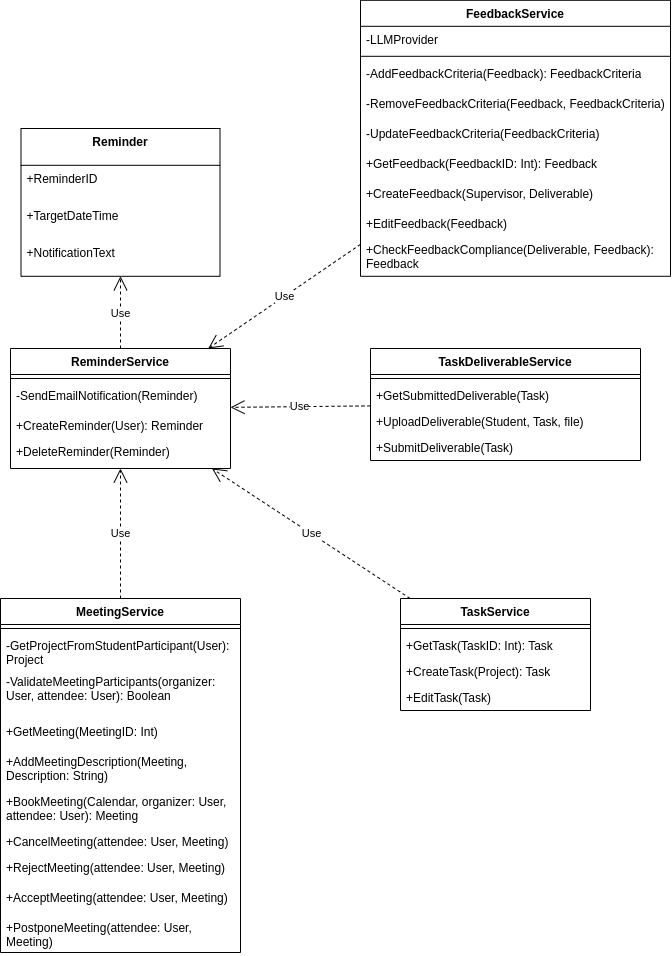
Beginner50/Dissertation keeps this draw.io diagram as UML/Class Diagrams/images/ReminderService Class Diagram.drawio.png. Above is the earlier version. Source tidied: cells renumbered, new cells last; positions are measured from the earlier drawing's top-left corner, leaving out a move shared by most shapes. The source it was exported from:
```xml
<mxGraphModel>
  <root>
    <mxCell id="0" />
    <mxCell id="1" parent="0" />
    <mxCell id="2" value="Reminder" style="swimlane;fontStyle=1;align=center;verticalAlign=top;horizontal=1;startSize=36.8;" parent="1" vertex="1">
      <mxGeometry x="20.5" y="128" width="199" height="147.8" as="geometry" />
    </mxCell>
    <mxCell id="3" value="+ReminderID" style="text;strokeColor=none;fillColor=none;align=left;verticalAlign=top;spacingLeft=4;spacingRight=4;overflow=hidden;" parent="2" vertex="1">
      <mxGeometry y="36.8" width="199" height="37" as="geometry" />
    </mxCell>
    <mxCell id="4" value="+TargetDateTime" style="text;strokeColor=none;fillColor=none;align=left;verticalAlign=top;spacingLeft=4;spacingRight=4;overflow=hidden;" parent="2" vertex="1">
      <mxGeometry y="73.8" width="199" height="37" as="geometry" />
    </mxCell>
    <mxCell id="5" value="+NotificationText" style="text;strokeColor=none;fillColor=none;align=left;verticalAlign=top;spacingLeft=4;spacingRight=4;overflow=hidden;" parent="2" vertex="1">
      <mxGeometry y="110.8" width="199" height="37" as="geometry" />
    </mxCell>
    <mxCell id="6" value="ReminderService" style="swimlane;fontStyle=1;align=center;verticalAlign=top;horizontal=1;startSize=26;whiteSpace=wrap;html=1;" parent="1" vertex="1">
      <mxGeometry x="10" y="348" width="220" height="120" as="geometry" />
    </mxCell>
    <mxCell id="7" style="line;strokeWidth=1;fillColor=none;align=left;verticalAlign=middle;spacingTop=-1;spacingLeft=3;spacingRight=3;labelPosition=right;strokeColor=inherit;" parent="6" vertex="1">
      <mxGeometry y="26" width="220" height="8" as="geometry" />
    </mxCell>
    <mxCell id="8" value="-SendEmailNotification(Reminder)" style="text;strokeColor=none;fillColor=none;align=left;verticalAlign=top;spacingLeft=4;spacingRight=4;overflow=hidden;whiteSpace=wrap;html=1;" parent="6" vertex="1">
      <mxGeometry y="34" width="220" height="30" as="geometry" />
    </mxCell>
    <mxCell id="9" value="+CreateReminder(User): Reminder" style="text;strokeColor=none;fillColor=none;align=left;verticalAlign=top;spacingLeft=4;spacingRight=4;overflow=hidden;whiteSpace=wrap;html=1;" parent="6" vertex="1">
      <mxGeometry y="64" width="220" height="26" as="geometry" />
    </mxCell>
    <mxCell id="10" value="+DeleteReminder(Reminder)" style="text;strokeColor=none;fillColor=none;align=left;verticalAlign=top;spacingLeft=4;spacingRight=4;overflow=hidden;whiteSpace=wrap;html=1;" parent="6" vertex="1">
      <mxGeometry y="90" width="220" height="30" as="geometry" />
    </mxCell>
    <mxCell id="11" value="Use" style="endArrow=open;endSize=12;dashed=1;html=1;rounded=0;" parent="1" edge="1" source="6" target="2">
      <mxGeometry relative="1" as="geometry" />
    </mxCell>
    <mxCell id="12" value="MeetingService" style="swimlane;fontStyle=1;align=center;verticalAlign=top;horizontal=1;startSize=26;whiteSpace=wrap;html=1;" parent="1" vertex="1">
      <mxGeometry y="598" width="240" height="354" as="geometry" />
    </mxCell>
    <mxCell id="13" style="line;strokeWidth=1;fillColor=none;align=left;verticalAlign=middle;spacingTop=-1;spacingLeft=3;spacingRight=3;labelPosition=right;strokeColor=inherit;" parent="12" vertex="1">
      <mxGeometry y="26" width="240" height="8" as="geometry" />
    </mxCell>
    <mxCell id="14" value="-GetProjectFromStudentParticipant(User): Project" style="text;strokeColor=none;fillColor=none;align=left;verticalAlign=top;spacingLeft=4;spacingRight=4;overflow=hidden;whiteSpace=wrap;html=1;" parent="12" vertex="1">
      <mxGeometry y="34" width="240" height="36" as="geometry" />
    </mxCell>
    <mxCell id="15" value="-ValidateMeetingParticipants(organizer: User, attendee: User): Boolean" style="text;strokeColor=none;fillColor=none;align=left;verticalAlign=top;spacingLeft=4;spacingRight=4;overflow=hidden;whiteSpace=wrap;html=1;" parent="12" vertex="1">
      <mxGeometry y="70" width="240" height="50" as="geometry" />
    </mxCell>
    <mxCell id="16" value="+GetMeeting(MeetingID: Int)" style="text;strokeColor=none;fillColor=none;align=left;verticalAlign=top;spacingLeft=4;spacingRight=4;overflow=hidden;whiteSpace=wrap;html=1;" parent="12" vertex="1">
      <mxGeometry y="120" width="240" height="30" as="geometry" />
    </mxCell>
    <mxCell id="17" value="+AddMeetingDescription(Meeting, Description: String)" style="text;strokeColor=none;fillColor=none;align=left;verticalAlign=top;spacingLeft=4;spacingRight=4;overflow=hidden;whiteSpace=wrap;html=1;" parent="12" vertex="1">
      <mxGeometry y="150" width="240" height="40" as="geometry" />
    </mxCell>
    <mxCell id="18" value="+BookMeeting(Calendar, organizer: User, attendee: User): Meeting" style="text;strokeColor=none;fillColor=none;align=left;verticalAlign=top;spacingLeft=4;spacingRight=4;overflow=hidden;whiteSpace=wrap;html=1;" parent="12" vertex="1">
      <mxGeometry y="190" width="240" height="40" as="geometry" />
    </mxCell>
    <mxCell id="19" value="+CancelMeeting(attendee: User, Meeting)" style="text;strokeColor=none;fillColor=none;align=left;verticalAlign=top;spacingLeft=4;spacingRight=4;overflow=hidden;whiteSpace=wrap;html=1;" parent="12" vertex="1">
      <mxGeometry y="230" width="240" height="26" as="geometry" />
    </mxCell>
    <mxCell id="20" value="+RejectMeeting(attendee: User, Meeting)" style="text;strokeColor=none;fillColor=none;align=left;verticalAlign=top;spacingLeft=4;spacingRight=4;overflow=hidden;whiteSpace=wrap;html=1;" parent="12" vertex="1">
      <mxGeometry y="256" width="240" height="30" as="geometry" />
    </mxCell>
    <mxCell id="21" value="+AcceptMeeting(attendee: User, Meeting)" style="text;strokeColor=none;fillColor=none;align=left;verticalAlign=top;spacingLeft=4;spacingRight=4;overflow=hidden;whiteSpace=wrap;html=1;" parent="12" vertex="1">
      <mxGeometry y="286" width="240" height="30" as="geometry" />
    </mxCell>
    <mxCell id="22" value="+PostponeMeeting(attendee: User, Meeting)" style="text;strokeColor=none;fillColor=none;align=left;verticalAlign=top;spacingLeft=4;spacingRight=4;overflow=hidden;whiteSpace=wrap;html=1;" parent="12" vertex="1">
      <mxGeometry y="316" width="240" height="38" as="geometry" />
    </mxCell>
    <mxCell id="23" value="Use" style="endArrow=open;endSize=12;dashed=1;html=1;rounded=0;" parent="1" edge="1" source="12" target="6">
      <mxGeometry relative="1" as="geometry" />
    </mxCell>
    <mxCell id="24" value="TaskService" style="swimlane;fontStyle=1;align=center;verticalAlign=top;horizontal=1;startSize=26;whiteSpace=wrap;html=1;" parent="1" vertex="1">
      <mxGeometry x="400" y="598" width="190" height="112" as="geometry" />
    </mxCell>
    <mxCell id="25" style="line;strokeWidth=1;fillColor=none;align=left;verticalAlign=middle;spacingTop=-1;spacingLeft=3;spacingRight=3;labelPosition=right;strokeColor=inherit;" parent="24" vertex="1">
      <mxGeometry y="26" width="190" height="8" as="geometry" />
    </mxCell>
    <mxCell id="26" value="+GetTask(TaskID: Int): Task" style="text;strokeColor=none;fillColor=none;align=left;verticalAlign=top;spacingLeft=4;spacingRight=4;overflow=hidden;whiteSpace=wrap;html=1;" parent="24" vertex="1">
      <mxGeometry y="34" width="190" height="26" as="geometry" />
    </mxCell>
    <mxCell id="27" value="+CreateTask(Project): Task" style="text;strokeColor=none;fillColor=none;align=left;verticalAlign=top;spacingLeft=4;spacingRight=4;overflow=hidden;whiteSpace=wrap;html=1;" parent="24" vertex="1">
      <mxGeometry y="60" width="190" height="26" as="geometry" />
    </mxCell>
    <mxCell id="28" value="+EditTask(Task)&amp;nbsp;" style="text;strokeColor=none;fillColor=none;align=left;verticalAlign=top;spacingLeft=4;spacingRight=4;overflow=hidden;whiteSpace=wrap;html=1;" parent="24" vertex="1">
      <mxGeometry y="86" width="190" height="26" as="geometry" />
    </mxCell>
    <mxCell id="29" value="Use" style="endArrow=open;endSize=12;dashed=1;html=1;rounded=0;" parent="1" edge="1" source="24" target="6">
      <mxGeometry relative="1" as="geometry" />
    </mxCell>
    <mxCell id="30" value="TaskDeliverableService" style="swimlane;fontStyle=1;align=center;verticalAlign=top;horizontal=1;startSize=26;whiteSpace=wrap;html=1;" parent="1" vertex="1">
      <mxGeometry x="370" y="348" width="270" height="112" as="geometry" />
    </mxCell>
    <mxCell id="31" style="line;strokeWidth=1;fillColor=none;align=left;verticalAlign=middle;spacingTop=-1;spacingLeft=3;spacingRight=3;labelPosition=right;strokeColor=inherit;" parent="30" vertex="1">
      <mxGeometry y="26" width="270" height="8" as="geometry" />
    </mxCell>
    <mxCell id="32" value="+GetSubmittedDeliverable(Task)&amp;nbsp;" style="text;strokeColor=none;fillColor=none;align=left;verticalAlign=top;spacingLeft=4;spacingRight=4;overflow=hidden;whiteSpace=wrap;html=1;" parent="30" vertex="1">
      <mxGeometry y="34" width="270" height="26" as="geometry" />
    </mxCell>
    <mxCell id="33" value="+UploadDeliverable(Student, Task, file)&amp;nbsp;" style="text;strokeColor=none;fillColor=none;align=left;verticalAlign=top;spacingLeft=4;spacingRight=4;overflow=hidden;whiteSpace=wrap;html=1;" parent="30" vertex="1">
      <mxGeometry y="60" width="270" height="26" as="geometry" />
    </mxCell>
    <mxCell id="34" value="+SubmitDeliverable(Task)&amp;nbsp;" style="text;strokeColor=none;fillColor=none;align=left;verticalAlign=top;spacingLeft=4;spacingRight=4;overflow=hidden;whiteSpace=wrap;html=1;" parent="30" vertex="1">
      <mxGeometry y="86" width="270" height="26" as="geometry" />
    </mxCell>
    <mxCell id="35" value="Use" style="endArrow=open;endSize=12;dashed=1;html=1;rounded=0;" parent="1" edge="1" source="30" target="6">
      <mxGeometry relative="1" as="geometry" />
    </mxCell>
    <mxCell id="36" value="FeedbackService" style="swimlane;fontStyle=1;align=center;verticalAlign=top;horizontal=1;startSize=26;whiteSpace=wrap;html=1;" parent="1" vertex="1">
      <mxGeometry x="360" y="-0.2" width="310" height="276" as="geometry" />
    </mxCell>
    <mxCell id="37" value="-LLMProvider" style="text;strokeColor=none;fillColor=none;align=left;verticalAlign=top;spacingLeft=4;spacingRight=4;overflow=hidden;whiteSpace=wrap;html=1;" parent="36" vertex="1">
      <mxGeometry y="26" width="310" height="26" as="geometry" />
    </mxCell>
    <mxCell id="38" style="line;strokeWidth=1;fillColor=none;align=left;verticalAlign=middle;spacingTop=-1;spacingLeft=3;spacingRight=3;labelPosition=right;strokeColor=inherit;" parent="36" vertex="1">
      <mxGeometry y="52" width="310" height="8" as="geometry" />
    </mxCell>
    <mxCell id="39" value="-AddFeedbackCriteria(Feedback): FeedbackCriteria" style="text;strokeColor=none;fillColor=none;align=left;verticalAlign=top;spacingLeft=4;spacingRight=4;overflow=hidden;whiteSpace=wrap;html=1;" parent="36" vertex="1">
      <mxGeometry y="60" width="310" height="30" as="geometry" />
    </mxCell>
    <mxCell id="40" value="-RemoveFeedbackCriteria(Feedback, FeedbackCriteria)" style="text;strokeColor=none;fillColor=none;align=left;verticalAlign=top;spacingLeft=4;spacingRight=4;overflow=hidden;whiteSpace=wrap;html=1;" parent="36" vertex="1">
      <mxGeometry y="90" width="310" height="30" as="geometry" />
    </mxCell>
    <mxCell id="41" value="-UpdateFeedbackCriteria(FeedbackCriteria)" style="text;strokeColor=none;fillColor=none;align=left;verticalAlign=top;spacingLeft=4;spacingRight=4;overflow=hidden;whiteSpace=wrap;html=1;" parent="36" vertex="1">
      <mxGeometry y="120" width="310" height="30" as="geometry" />
    </mxCell>
    <mxCell id="42" value="+GetFeedback(FeedbackID: Int): Feedback&amp;nbsp;" style="text;strokeColor=none;fillColor=none;align=left;verticalAlign=top;spacingLeft=4;spacingRight=4;overflow=hidden;whiteSpace=wrap;html=1;" parent="36" vertex="1">
      <mxGeometry y="150" width="310" height="30" as="geometry" />
    </mxCell>
    <mxCell id="43" value="+CreateFeedback(Supervisor, Deliverable)&amp;nbsp;" style="text;strokeColor=none;fillColor=none;align=left;verticalAlign=top;spacingLeft=4;spacingRight=4;overflow=hidden;whiteSpace=wrap;html=1;" parent="36" vertex="1">
      <mxGeometry y="180" width="310" height="30" as="geometry" />
    </mxCell>
    <mxCell id="44" value="+EditFeedback(Feedback)" style="text;strokeColor=none;fillColor=none;align=left;verticalAlign=top;spacingLeft=4;spacingRight=4;overflow=hidden;whiteSpace=wrap;html=1;" parent="36" vertex="1">
      <mxGeometry y="210" width="310" height="26" as="geometry" />
    </mxCell>
    <mxCell id="45" value="+CheckFeedbackCompliance(Deliverable, Feedback): Feedback" style="text;strokeColor=none;fillColor=none;align=left;verticalAlign=top;spacingLeft=4;spacingRight=4;overflow=hidden;whiteSpace=wrap;html=1;" parent="36" vertex="1">
      <mxGeometry y="236" width="310" height="40" as="geometry" />
    </mxCell>
    <mxCell id="46" value="Use" style="endArrow=open;endSize=12;dashed=1;html=1;rounded=0;" parent="1" edge="1" source="36" target="6">
      <mxGeometry relative="1" as="geometry" />
    </mxCell>
  </root>
</mxGraphModel>
```
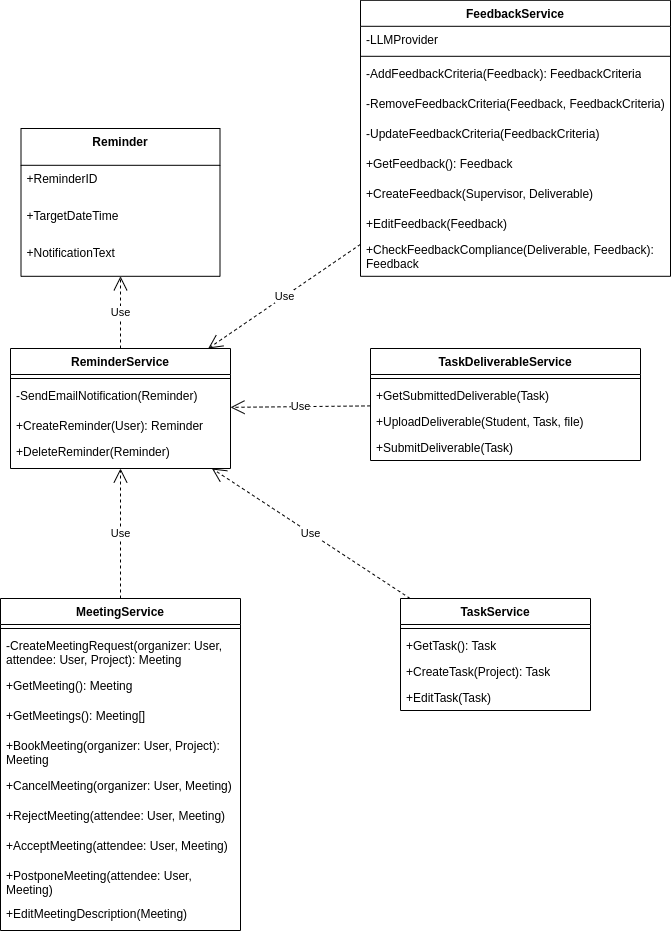
Above is the later version.

Change to the diagram source:
```diff
@@ -32,39 +32,6 @@
     <mxCell id="11" value="Use" style="endArrow=open;endSize=12;dashed=1;html=1;rounded=0;" parent="1" edge="1" source="6" target="2">
       <mxGeometry relative="1" as="geometry" />
     </mxCell>
-    <mxCell id="12" value="MeetingService" style="swimlane;fontStyle=1;align=center;verticalAlign=top;horizontal=1;startSize=26;whiteSpace=wrap;html=1;" parent="1" vertex="1">
-      <mxGeometry y="598" width="240" height="354" as="geometry" />
-    </mxCell>
-    <mxCell id="13" style="line;strokeWidth=1;fillColor=none;align=left;verticalAlign=middle;spacingTop=-1;spacingLeft=3;spacingRight=3;labelPosition=right;strokeColor=inherit;" parent="12" vertex="1">
-      <mxGeometry y="26" width="240" height="8" as="geometry" />
-    </mxCell>
-    <mxCell id="14" value="-GetProjectFromStudentParticipant(User): Project" style="text;strokeColor=none;fillColor=none;align=left;verticalAlign=top;spacingLeft=4;spacingRight=4;overflow=hidden;whiteSpace=wrap;html=1;" parent="12" vertex="1">
-      <mxGeometry y="34" width="240" height="36" as="geometry" />
-    </mxCell>
-    <mxCell id="15" value="-ValidateMeetingParticipants(organizer: User, attendee: User): Boolean" style="text;strokeColor=none;fillColor=none;align=left;verticalAlign=top;spacingLeft=4;spacingRight=4;overflow=hidden;whiteSpace=wrap;html=1;" parent="12" vertex="1">
-      <mxGeometry y="70" width="240" height="50" as="geometry" />
-    </mxCell>
-    <mxCell id="16" value="+GetMeeting(MeetingID: Int)" style="text;strokeColor=none;fillColor=none;align=left;verticalAlign=top;spacingLeft=4;spacingRight=4;overflow=hidden;whiteSpace=wrap;html=1;" parent="12" vertex="1">
-      <mxGeometry y="120" width="240" height="30" as="geometry" />
-    </mxCell>
-    <mxCell id="17" value="+AddMeetingDescription(Meeting, Description: String)" style="text;strokeColor=none;fillColor=none;align=left;verticalAlign=top;spacingLeft=4;spacingRight=4;overflow=hidden;whiteSpace=wrap;html=1;" parent="12" vertex="1">
-      <mxGeometry y="150" width="240" height="40" as="geometry" />
-    </mxCell>
-    <mxCell id="18" value="+BookMeeting(Calendar, organizer: User, attendee: User): Meeting" style="text;strokeColor=none;fillColor=none;align=left;verticalAlign=top;spacingLeft=4;spacingRight=4;overflow=hidden;whiteSpace=wrap;html=1;" parent="12" vertex="1">
-      <mxGeometry y="190" width="240" height="40" as="geometry" />
-    </mxCell>
-    <mxCell id="19" value="+CancelMeeting(attendee: User, Meeting)" style="text;strokeColor=none;fillColor=none;align=left;verticalAlign=top;spacingLeft=4;spacingRight=4;overflow=hidden;whiteSpace=wrap;html=1;" parent="12" vertex="1">
-      <mxGeometry y="230" width="240" height="26" as="geometry" />
-    </mxCell>
-    <mxCell id="20" value="+RejectMeeting(attendee: User, Meeting)" style="text;strokeColor=none;fillColor=none;align=left;verticalAlign=top;spacingLeft=4;spacingRight=4;overflow=hidden;whiteSpace=wrap;html=1;" parent="12" vertex="1">
-      <mxGeometry y="256" width="240" height="30" as="geometry" />
-    </mxCell>
-    <mxCell id="21" value="+AcceptMeeting(attendee: User, Meeting)" style="text;strokeColor=none;fillColor=none;align=left;verticalAlign=top;spacingLeft=4;spacingRight=4;overflow=hidden;whiteSpace=wrap;html=1;" parent="12" vertex="1">
-      <mxGeometry y="286" width="240" height="30" as="geometry" />
-    </mxCell>
-    <mxCell id="22" value="+PostponeMeeting(attendee: User, Meeting)" style="text;strokeColor=none;fillColor=none;align=left;verticalAlign=top;spacingLeft=4;spacingRight=4;overflow=hidden;whiteSpace=wrap;html=1;" parent="12" vertex="1">
-      <mxGeometry y="316" width="240" height="38" as="geometry" />
-    </mxCell>
     <mxCell id="23" value="Use" style="endArrow=open;endSize=12;dashed=1;html=1;rounded=0;" parent="1" edge="1" source="12" target="6">
       <mxGeometry relative="1" as="geometry" />
     </mxCell>
@@ -74,7 +41,7 @@
     <mxCell id="25" style="line;strokeWidth=1;fillColor=none;align=left;verticalAlign=middle;spacingTop=-1;spacingLeft=3;spacingRight=3;labelPosition=right;strokeColor=inherit;" parent="24" vertex="1">
       <mxGeometry y="26" width="190" height="8" as="geometry" />
     </mxCell>
-    <mxCell id="26" value="+GetTask(TaskID: Int): Task" style="text;strokeColor=none;fillColor=none;align=left;verticalAlign=top;spacingLeft=4;spacingRight=4;overflow=hidden;whiteSpace=wrap;html=1;" parent="24" vertex="1">
+    <mxCell id="26" value="+GetTask(): Task" style="text;strokeColor=none;fillColor=none;align=left;verticalAlign=top;spacingLeft=4;spacingRight=4;overflow=hidden;whiteSpace=wrap;html=1;" parent="24" vertex="1">
       <mxGeometry y="34" width="190" height="26" as="geometry" />
     </mxCell>
     <mxCell id="27" value="+CreateTask(Project): Task" style="text;strokeColor=none;fillColor=none;align=left;verticalAlign=top;spacingLeft=4;spacingRight=4;overflow=hidden;whiteSpace=wrap;html=1;" parent="24" vertex="1">
@@ -122,7 +89,7 @@
     <mxCell id="41" value="-UpdateFeedbackCriteria(FeedbackCriteria)" style="text;strokeColor=none;fillColor=none;align=left;verticalAlign=top;spacingLeft=4;spacingRight=4;overflow=hidden;whiteSpace=wrap;html=1;" parent="36" vertex="1">
       <mxGeometry y="120" width="310" height="30" as="geometry" />
     </mxCell>
-    <mxCell id="42" value="+GetFeedback(FeedbackID: Int): Feedback&amp;nbsp;" style="text;strokeColor=none;fillColor=none;align=left;verticalAlign=top;spacingLeft=4;spacingRight=4;overflow=hidden;whiteSpace=wrap;html=1;" parent="36" vertex="1">
+    <mxCell id="42" value="+GetFeedback(): Feedback&amp;nbsp;" style="text;strokeColor=none;fillColor=none;align=left;verticalAlign=top;spacingLeft=4;spacingRight=4;overflow=hidden;whiteSpace=wrap;html=1;" parent="36" vertex="1">
       <mxGeometry y="150" width="310" height="30" as="geometry" />
     </mxCell>
     <mxCell id="43" value="+CreateFeedback(Supervisor, Deliverable)&amp;nbsp;" style="text;strokeColor=none;fillColor=none;align=left;verticalAlign=top;spacingLeft=4;spacingRight=4;overflow=hidden;whiteSpace=wrap;html=1;" parent="36" vertex="1">
@@ -137,5 +104,38 @@
     <mxCell id="46" value="Use" style="endArrow=open;endSize=12;dashed=1;html=1;rounded=0;" parent="1" edge="1" source="36" target="6">
       <mxGeometry relative="1" as="geometry" />
     </mxCell>
+    <mxCell id="12" value="MeetingService" style="swimlane;fontStyle=1;align=center;verticalAlign=top;horizontal=1;startSize=26;whiteSpace=wrap;html=1;" parent="1" vertex="1">
+      <mxGeometry y="598" width="240" height="332" as="geometry" />
+    </mxCell>
+    <mxCell id="13" style="line;strokeWidth=1;fillColor=none;align=left;verticalAlign=middle;spacingTop=-1;spacingLeft=3;spacingRight=3;labelPosition=right;strokeColor=inherit;" parent="12" vertex="1">
+      <mxGeometry y="26" width="240" height="8" as="geometry" />
+    </mxCell>
+    <mxCell id="47" value="-CreateMeetingRequest(organizer: User, attendee: User, Project): Meeting" style="text;strokeColor=none;fillColor=none;align=left;verticalAlign=top;spacingLeft=4;spacingRight=4;overflow=hidden;whiteSpace=wrap;html=1;" parent="12" vertex="1">
+      <mxGeometry y="34" width="240" height="40" as="geometry" />
+    </mxCell>
+    <mxCell id="48" value="+GetMeeting(): Meeting" style="text;strokeColor=none;fillColor=none;align=left;verticalAlign=top;spacingLeft=4;spacingRight=4;overflow=hidden;whiteSpace=wrap;html=1;" parent="12" vertex="1">
+      <mxGeometry y="74" width="240" height="30" as="geometry" />
+    </mxCell>
+    <mxCell id="49" value="+GetMeetings(): Meeting[]" style="text;strokeColor=none;fillColor=none;align=left;verticalAlign=top;spacingLeft=4;spacingRight=4;overflow=hidden;whiteSpace=wrap;html=1;" parent="12" vertex="1">
+      <mxGeometry y="104" width="240" height="30" as="geometry" />
+    </mxCell>
+    <mxCell id="50" value="+BookMeeting(organizer: User, Project): Meeting" style="text;strokeColor=none;fillColor=none;align=left;verticalAlign=top;spacingLeft=4;spacingRight=4;overflow=hidden;whiteSpace=wrap;html=1;" parent="12" vertex="1">
+      <mxGeometry y="134" width="240" height="40" as="geometry" />
+    </mxCell>
+    <mxCell id="51" value="+CancelMeeting(organizer: User, Meeting)" style="text;strokeColor=none;fillColor=none;align=left;verticalAlign=top;spacingLeft=4;spacingRight=4;overflow=hidden;whiteSpace=wrap;html=1;" parent="12" vertex="1">
+      <mxGeometry y="174" width="240" height="30" as="geometry" />
+    </mxCell>
+    <mxCell id="20" value="+RejectMeeting(attendee: User, Meeting)" style="text;strokeColor=none;fillColor=none;align=left;verticalAlign=top;spacingLeft=4;spacingRight=4;overflow=hidden;whiteSpace=wrap;html=1;" parent="12" vertex="1">
+      <mxGeometry y="204" width="240" height="30" as="geometry" />
+    </mxCell>
+    <mxCell id="21" value="+AcceptMeeting(attendee: User, Meeting)" style="text;strokeColor=none;fillColor=none;align=left;verticalAlign=top;spacingLeft=4;spacingRight=4;overflow=hidden;whiteSpace=wrap;html=1;" parent="12" vertex="1">
+      <mxGeometry y="234" width="240" height="30" as="geometry" />
+    </mxCell>
+    <mxCell id="22" value="+PostponeMeeting(attendee: User, Meeting)" style="text;strokeColor=none;fillColor=none;align=left;verticalAlign=top;spacingLeft=4;spacingRight=4;overflow=hidden;whiteSpace=wrap;html=1;" parent="12" vertex="1">
+      <mxGeometry y="264" width="240" height="38" as="geometry" />
+    </mxCell>
+    <mxCell id="52" value="+EditMeetingDescription(Meeting)" style="text;strokeColor=none;fillColor=none;align=left;verticalAlign=top;spacingLeft=4;spacingRight=4;overflow=hidden;whiteSpace=wrap;html=1;" parent="12" vertex="1">
+      <mxGeometry y="302" width="240" height="30" as="geometry" />
+    </mxCell>
   </root>
 </mxGraphModel>
```
